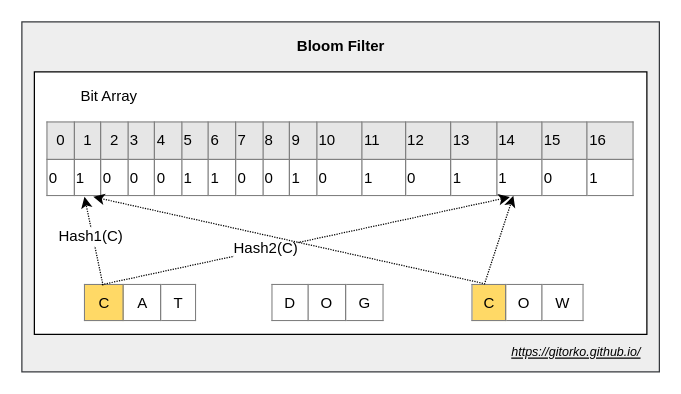
This is post/grokking-the-system-design-interview/bloom-filter.drawio from gitorko/gitorko.github.io, a draw.io file, before an edit. Source tidied: cells renumbered, new cells numbered last; positions are measured from the earlier drawing's top-left corner, leaving out a move shared by most shapes. Both pictures are drawn from the tidied source at 125%, with x=0, y=0 at pixel (21, 21).
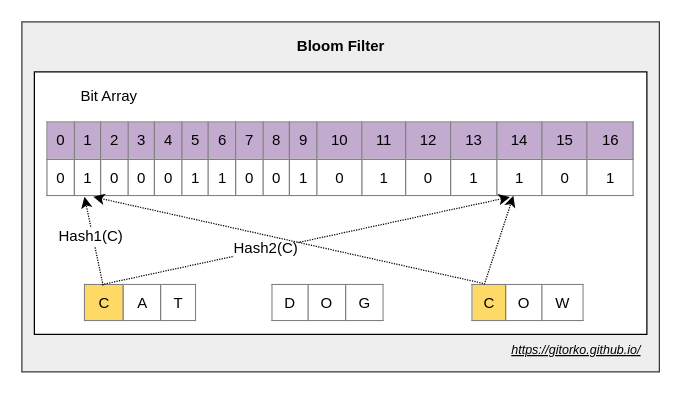
Above is the later version.

Change to the diagram source:
```diff
@@
 <mxGraphModel>
   <root>
     <mxCell id="0" />
     <mxCell id="1" parent="0" />
     <mxCell id="2" style="rounded=0;whiteSpace=wrap;html=1;fillColor=#eeeeee;strokeColor=#36393d;" parent="1" vertex="1">
       <mxGeometry width="510" height="280" as="geometry" />
     </mxCell>
     <mxCell id="3" style="rounded=0;whiteSpace=wrap;html=1;" parent="1" vertex="1">
       <mxGeometry x="10" y="40" width="490" height="210" as="geometry" />
     </mxCell>
-    <mxCell id="4" value="&lt;table border=&quot;1&quot; width=&quot;100%&quot; style=&quot;width: 100% ; height: 100% ; border-collapse: collapse ; background-color: rgb(230 , 230 , 230)&quot;&gt;&lt;tbody&gt;&lt;tr&gt;&lt;td align=&quot;center&quot;&gt;0&lt;/td&gt;&lt;td align=&quot;center&quot;&gt;1&lt;/td&gt;&lt;td align=&quot;center&quot;&gt;2&lt;/td&gt;&lt;td&gt;3&lt;/td&gt;&lt;td&gt;4&lt;/td&gt;&lt;td&gt;5&lt;/td&gt;&lt;td&gt;6&lt;/td&gt;&lt;td&gt;7&lt;/td&gt;&lt;td&gt;8&lt;/td&gt;&lt;td&gt;9&lt;/td&gt;&lt;td&gt;10&lt;/td&gt;&lt;td&gt;11&lt;/td&gt;&lt;td&gt;12&lt;/td&gt;&lt;td&gt;13&lt;/td&gt;&lt;td&gt;14&lt;/td&gt;&lt;td&gt;15&lt;/td&gt;&lt;td&gt;16&lt;/td&gt;&lt;/tr&gt;&lt;tr&gt;&lt;td style=&quot;background-color: rgb(255 , 255 , 255)&quot;&gt;0&lt;/td&gt;&lt;td style=&quot;background-color: rgb(255 , 255 , 255)&quot;&gt;1&lt;/td&gt;&lt;td style=&quot;background-color: rgb(255 , 255 , 255)&quot;&gt;0&lt;/td&gt;&lt;td style=&quot;background-color: rgb(255 , 255 , 255)&quot;&gt;0&lt;/td&gt;&lt;td style=&quot;background-color: rgb(255 , 255 , 255)&quot;&gt;0&lt;/td&gt;&lt;td style=&quot;background-color: rgb(255 , 255 , 255)&quot;&gt;1&lt;/td&gt;&lt;td style=&quot;background-color: rgb(255 , 255 , 255)&quot;&gt;1&lt;/td&gt;&lt;td style=&quot;background-color: rgb(255 , 255 , 255)&quot;&gt;0&lt;/td&gt;&lt;td style=&quot;background-color: rgb(255 , 255 , 255)&quot;&gt;0&lt;/td&gt;&lt;td style=&quot;background-color: rgb(255 , 255 , 255)&quot;&gt;1&lt;/td&gt;&lt;td style=&quot;background-color: rgb(255 , 255 , 255)&quot;&gt;0&lt;/td&gt;&lt;td style=&quot;background-color: rgb(255 , 255 , 255)&quot;&gt;1&lt;/td&gt;&lt;td style=&quot;background-color: rgb(255 , 255 , 255)&quot;&gt;0&lt;/td&gt;&lt;td style=&quot;background-color: rgb(255 , 255 , 255)&quot;&gt;1&lt;/td&gt;&lt;td style=&quot;background-color: rgb(255 , 255 , 255)&quot;&gt;1&lt;/td&gt;&lt;td style=&quot;background-color: rgb(255 , 255 , 255)&quot;&gt;0&lt;/td&gt;&lt;td style=&quot;background-color: rgb(255 , 255 , 255)&quot;&gt;1&lt;/td&gt;&lt;/tr&gt;&lt;/tbody&gt;&lt;/table&gt;" style="text;html=1;strokeColor=none;fillColor=none;overflow=fill;" parent="1" vertex="1">
+    <mxCell id="4" value="&lt;table border=&quot;1&quot; width=&quot;100%&quot; style=&quot;width: 100% ; height: 100% ; border-collapse: collapse ; background-color: rgb(230 , 230 , 230)&quot;&gt;&lt;tbody&gt;&lt;tr&gt;&lt;td style=&quot;background-color: rgb(195 , 171 , 208)&quot;&gt;0&lt;/td&gt;&lt;td style=&quot;background-color: rgb(195 , 171 , 208)&quot;&gt;1&lt;/td&gt;&lt;td style=&quot;background-color: rgb(195 , 171 , 208)&quot;&gt;2&lt;/td&gt;&lt;td style=&quot;background-color: rgb(195 , 171 , 208)&quot;&gt;3&lt;/td&gt;&lt;td style=&quot;background-color: rgb(195 , 171 , 208)&quot;&gt;4&lt;/td&gt;&lt;td style=&quot;background-color: rgb(195 , 171 , 208)&quot;&gt;5&lt;/td&gt;&lt;td style=&quot;background-color: rgb(195 , 171 , 208)&quot;&gt;6&lt;/td&gt;&lt;td style=&quot;background-color: rgb(195 , 171 , 208)&quot;&gt;7&lt;/td&gt;&lt;td style=&quot;background-color: rgb(195 , 171 , 208)&quot;&gt;8&lt;/td&gt;&lt;td style=&quot;background-color: rgb(195 , 171 , 208)&quot;&gt;9&lt;/td&gt;&lt;td style=&quot;background-color: rgb(195 , 171 , 208)&quot;&gt;10&lt;/td&gt;&lt;td style=&quot;background-color: rgb(195 , 171 , 208)&quot;&gt;11&lt;/td&gt;&lt;td style=&quot;background-color: rgb(195 , 171 , 208)&quot;&gt;12&lt;/td&gt;&lt;td style=&quot;background-color: rgb(195 , 171 , 208)&quot;&gt;13&lt;/td&gt;&lt;td style=&quot;background-color: rgb(195 , 171 , 208)&quot;&gt;14&lt;/td&gt;&lt;td style=&quot;background-color: rgb(195 , 171 , 208)&quot;&gt;15&lt;/td&gt;&lt;td style=&quot;background-color: rgb(195 , 171 , 208)&quot;&gt;16&lt;/td&gt;&lt;/tr&gt;&lt;tr&gt;&lt;td style=&quot;background-color: rgb(255 , 255 , 255)&quot;&gt;0&lt;/td&gt;&lt;td style=&quot;background-color: rgb(255 , 255 , 255)&quot;&gt;1&lt;/td&gt;&lt;td style=&quot;background-color: rgb(255 , 255 , 255)&quot;&gt;0&lt;/td&gt;&lt;td style=&quot;background-color: rgb(255 , 255 , 255)&quot;&gt;0&lt;/td&gt;&lt;td style=&quot;background-color: rgb(255 , 255 , 255)&quot;&gt;0&lt;/td&gt;&lt;td style=&quot;background-color: rgb(255 , 255 , 255)&quot;&gt;1&lt;/td&gt;&lt;td style=&quot;background-color: rgb(255 , 255 , 255)&quot;&gt;1&lt;/td&gt;&lt;td style=&quot;background-color: rgb(255 , 255 , 255)&quot;&gt;0&lt;/td&gt;&lt;td style=&quot;background-color: rgb(255 , 255 , 255)&quot;&gt;0&lt;/td&gt;&lt;td style=&quot;background-color: rgb(255 , 255 , 255)&quot;&gt;1&lt;/td&gt;&lt;td style=&quot;background-color: rgb(255 , 255 , 255)&quot;&gt;0&lt;/td&gt;&lt;td style=&quot;background-color: rgb(255 , 255 , 255)&quot;&gt;1&lt;/td&gt;&lt;td style=&quot;background-color: rgb(255 , 255 , 255)&quot;&gt;0&lt;/td&gt;&lt;td style=&quot;background-color: rgb(255 , 255 , 255)&quot;&gt;1&lt;/td&gt;&lt;td style=&quot;background-color: rgb(255 , 255 , 255)&quot;&gt;1&lt;/td&gt;&lt;td style=&quot;background-color: rgb(255 , 255 , 255)&quot;&gt;0&lt;/td&gt;&lt;td style=&quot;background-color: rgb(255 , 255 , 255)&quot;&gt;1&lt;/td&gt;&lt;/tr&gt;&lt;/tbody&gt;&lt;/table&gt;" style="text;html=1;strokeColor=none;fillColor=none;overflow=fill;align=center;" parent="1" vertex="1">
       <mxGeometry x="20" y="80" width="470" height="60" as="geometry" />
     </mxCell>
     <mxCell id="5" value="Bit Array" style="text;html=1;strokeColor=none;fillColor=none;align=center;verticalAlign=middle;whiteSpace=wrap;rounded=0;" parent="1" vertex="1">
       <mxGeometry x="30" y="50" width="80" height="20" as="geometry" />
     </mxCell>
     <mxCell id="6" value="&lt;table border=&quot;1&quot; width=&quot;100%&quot; style=&quot;width: 100% ; height: 100% ; border-collapse: collapse&quot;&gt;&lt;tbody&gt;&lt;tr&gt;&lt;td align=&quot;center&quot; style=&quot;background-color: rgb(255 , 217 , 102)&quot;&gt;C&lt;/td&gt;&lt;td align=&quot;center&quot;&gt;A&lt;/td&gt;&lt;td align=&quot;center&quot;&gt;T&lt;/td&gt;&lt;/tr&gt;&lt;/tbody&gt;&lt;/table&gt;" style="text;html=1;strokeColor=none;fillColor=none;overflow=fill;" parent="1" vertex="1">
       <mxGeometry x="50" y="210" width="90" height="30" as="geometry" />
     </mxCell>
     <mxCell id="7" value="&lt;table border=&quot;1&quot; width=&quot;100%&quot; style=&quot;width: 100% ; height: 100% ; border-collapse: collapse&quot;&gt;&lt;tbody&gt;&lt;tr&gt;&lt;td align=&quot;center&quot;&gt;D&lt;/td&gt;&lt;td align=&quot;center&quot;&gt;O&lt;/td&gt;&lt;td align=&quot;center&quot;&gt;G&lt;/td&gt;&lt;/tr&gt;&lt;/tbody&gt;&lt;/table&gt;" style="text;html=1;strokeColor=none;fillColor=none;overflow=fill;" parent="1" vertex="1">
       <mxGeometry x="200" y="210" width="90" height="30" as="geometry" />
     </mxCell>
     <mxCell id="8" value="&lt;table border=&quot;1&quot; width=&quot;100%&quot; style=&quot;width: 100% ; height: 100% ; border-collapse: collapse&quot;&gt;&lt;tbody&gt;&lt;tr&gt;&lt;td align=&quot;center&quot; style=&quot;background-color: rgb(255 , 217 , 102)&quot;&gt;C&lt;/td&gt;&lt;td align=&quot;center&quot;&gt;O&lt;/td&gt;&lt;td align=&quot;center&quot;&gt;W&lt;/td&gt;&lt;/tr&gt;&lt;/tbody&gt;&lt;/table&gt;" style="text;html=1;strokeColor=none;fillColor=none;overflow=fill;" parent="1" vertex="1">
       <mxGeometry x="360" y="210" width="90" height="30" as="geometry" />
     </mxCell>
     <mxCell id="9" style="endArrow=classic;html=1;entryX=0.064;entryY=1;entryDx=0;entryDy=0;entryPerimeter=0;exitX=0.166;exitY=0.027;exitDx=0;exitDy=0;exitPerimeter=0;dashed=1;dashPattern=1 1;" parent="1" edge="1" source="6" target="4">
       <mxGeometry relative="1" as="geometry" />
     </mxCell>
     <mxCell id="10" value="Hash1(C)" style="text;html=1;align=center;verticalAlign=middle;labelBackgroundColor=#ffffff;" parent="9" vertex="1">
       <mxGeometry x="0.13" y="2" relative="1" as="geometry" />
     </mxCell>
     <mxCell id="11" style="endArrow=classic;html=1;entryX=0.788;entryY=1.003;entryDx=0;entryDy=0;entryPerimeter=0;exitX=0.155;exitY=0.006;exitDx=0;exitDy=0;exitPerimeter=0;dashed=1;dashPattern=1 1;" parent="1" edge="1" source="6" target="4">
       <mxGeometry relative="1" as="geometry" />
     </mxCell>
     <mxCell id="12" value="Hash2(C)" style="text;html=1;align=center;verticalAlign=middle;labelBackgroundColor=#ffffff;" parent="11" vertex="1">
       <mxGeometry x="-0.2" y="2" relative="1" as="geometry" />
     </mxCell>
     <mxCell id="13" style="endArrow=classic;html=1;entryX=0.079;entryY=1;entryDx=0;entryDy=0;entryPerimeter=0;exitX=0.098;exitY=-0.028;exitDx=0;exitDy=0;exitPerimeter=0;dashed=1;dashPattern=1 1;" parent="1" edge="1" source="8" target="4">
       <mxGeometry relative="1" as="geometry" />
     </mxCell>
     <mxCell id="14" style="endArrow=classic;html=1;entryX=0.794;entryY=0.986;entryDx=0;entryDy=0;entryPerimeter=0;dashed=1;dashPattern=1 1;" parent="1" edge="1" target="4">
       <mxGeometry relative="1" as="geometry">
         <mxPoint x="370" y="210" as="sourcePoint" />
       </mxGeometry>
     </mxCell>
     <mxCell id="15" value="Bloom Filter" style="text;html=1;strokeColor=none;fillColor=none;align=center;verticalAlign=middle;whiteSpace=wrap;rounded=0;fontStyle=1;" parent="1" vertex="1">
       <mxGeometry x="207.5" y="10" width="95" height="20" as="geometry" />
     </mxCell>
-    <mxCell id="16" value="&lt;i&gt;&lt;u&gt;&lt;font style=&quot;font-size: 10px&quot;&gt;https://gitorko.github.io/&lt;/font&gt;&lt;/u&gt;&lt;/i&gt;" style="text;html=1;" parent="1" vertex="1">
+    <mxCell id="16" value="&lt;i style=&quot;font-size: 10px;&quot;&gt;&lt;u style=&quot;font-size: 10px;&quot;&gt;&lt;font style=&quot;font-size: 10px&quot;&gt;https://gitorko.github.io/&lt;/font&gt;&lt;/u&gt;&lt;/i&gt;" style="text;html=1;fontSize=10;" parent="1" vertex="1">
       <mxGeometry x="390" y="250" width="110" height="30" as="geometry" />
     </mxCell>
   </root>
 </mxGraphModel>
```
